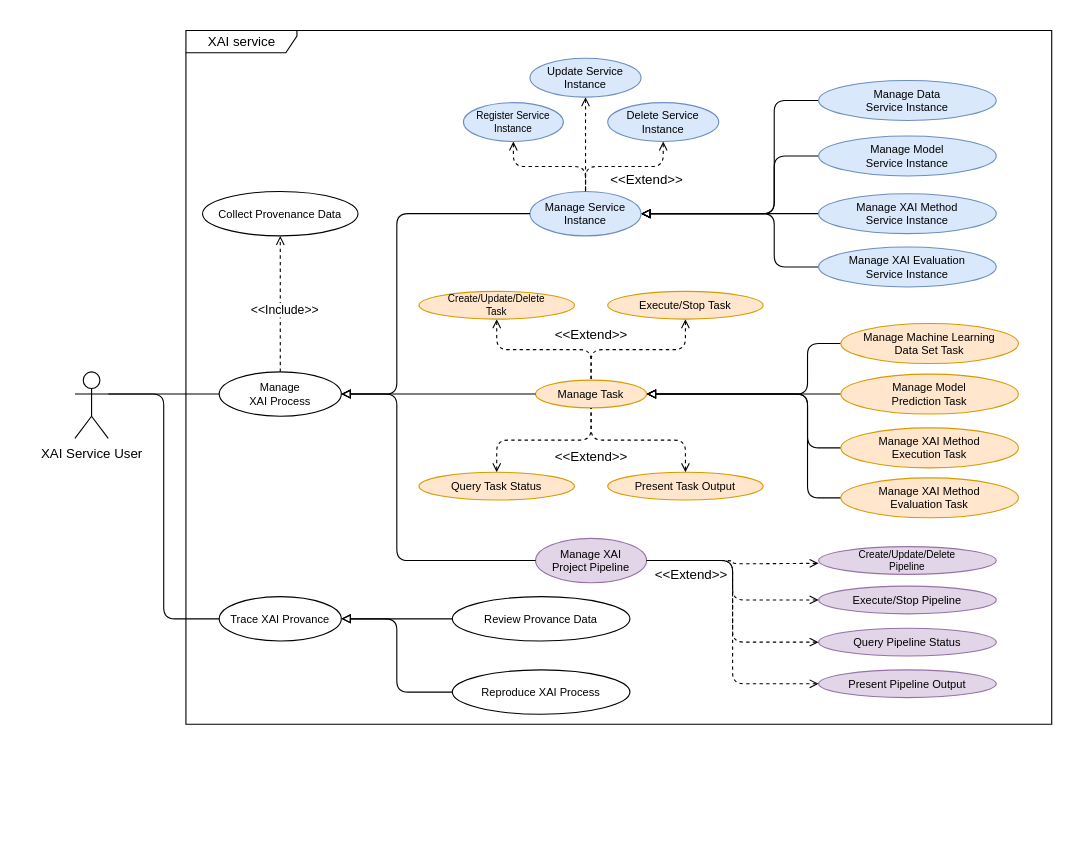
Earlier version of the draw.io diagram page "Use Case" (2 of 10) of docs/diagram.drawio (ZeruiW/XAI-Service). Source tidied: cells renumbered, new cells numbered last; positions are measured from the earlier drawing's top-left corner, leaving out a move shared by most shapes. Both pictures are drawn from the tidied source at 111%, with x=0, y=0 at pixel (74, 30).
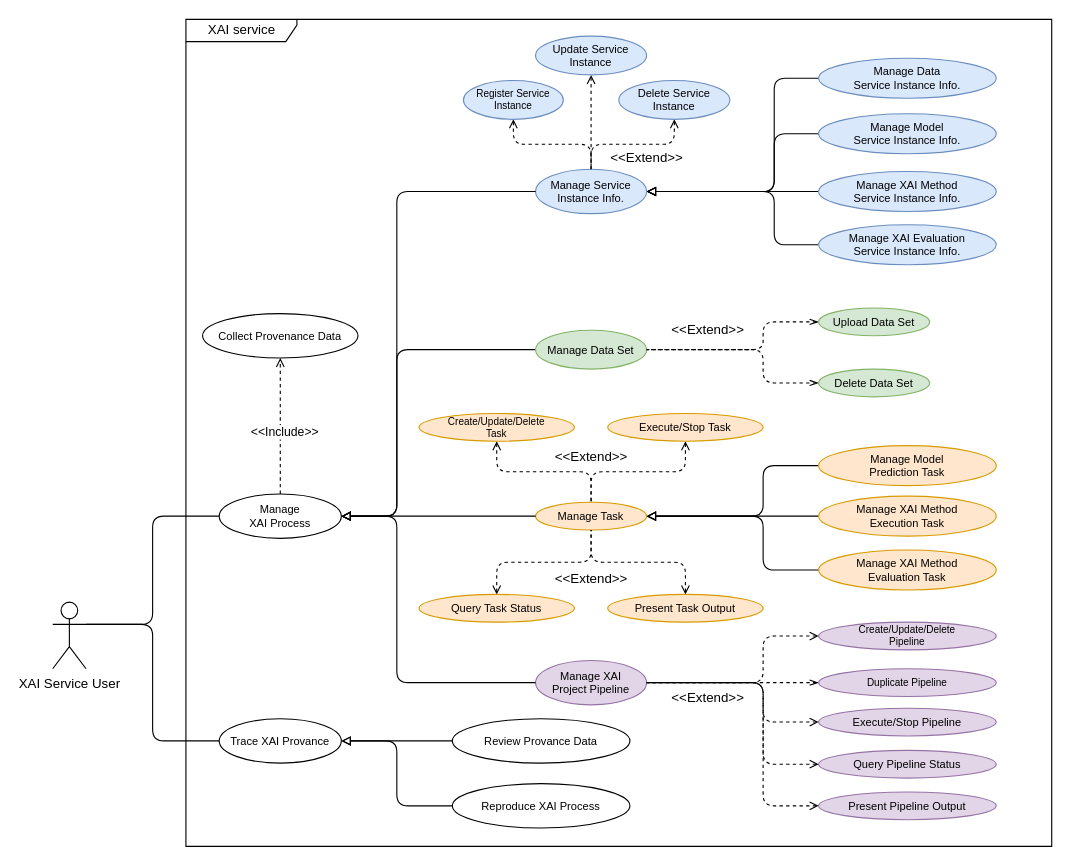
The same page after the edit.

Commit message (it also covers changes not shown here):
use case update

The edit, as a diff of the source:
```diff
@@
     <mxCell id="2" value="XAI service" style="shape=umlFrame;tabPosition=left;html=1;boundedLbl=1;labelInHeader=1;width=100;height=20;" parent="1" vertex="1">
-      <mxGeometry x="100" width="780" height="625" as="geometry" />
+      <mxGeometry x="100" y="-10" width="780" height="745" as="geometry" />
     </mxCell>
     <mxCell id="3" style="edgeStyle=orthogonalEdgeStyle;html=1;exitX=1;exitY=0.3333333333333333;exitDx=0;exitDy=0;exitPerimeter=0;entryX=0;entryY=0.5;entryDx=0;entryDy=0;endArrow=none;endFill=0;" parent="1" edge="1" source="5" target="41">
       <mxGeometry relative="1" as="geometry">
         <Array as="points">
-          <mxPoint x="80" y="327" />
-          <mxPoint x="80" y="530" />
+          <mxPoint x="70" y="535" />
+          <mxPoint x="70" y="640" />
         </Array>
       </mxGeometry>
     </mxCell>
@@
     <mxCell id="5" value="XAI Service User" style="shape=umlActor;verticalLabelPosition=bottom;verticalAlign=top;html=1;" parent="1" vertex="1">
-      <mxGeometry y="307.5" width="30" height="60" as="geometry" />
+      <mxGeometry x="-20" y="515" width="30" height="60" as="geometry" />
     </mxCell>
     <mxCell id="6" style="edgeStyle=orthogonalEdgeStyle;html=1;exitX=1;exitY=0.5;exitDx=0;exitDy=0;entryX=0;entryY=0.5;entryDx=0;entryDy=0;startArrow=block;startFill=0;endArrow=none;endFill=0;" parent="1" edge="1" source="10" target="26">
       <mxGeometry relative="1" as="geometry">
         <Array as="points">
-          <mxPoint x="630" y="165" />
-          <mxPoint x="630" y="63" />
+          <mxPoint x="630" y="145" />
+          <mxPoint x="630" y="43" />
         </Array>
       </mxGeometry>
     </mxCell>
     <mxCell id="7" style="edgeStyle=orthogonalEdgeStyle;html=1;exitX=1;exitY=0.5;exitDx=0;exitDy=0;entryX=0;entryY=0.5;entryDx=0;entryDy=0;startArrow=block;startFill=0;endArrow=none;endFill=0;" parent="1" edge="1" source="10" target="27">
       <mxGeometry relative="1" as="geometry">
         <Array as="points">
-          <mxPoint x="630" y="165" />
-          <mxPoint x="630" y="113" />
+          <mxPoint x="630" y="145" />
+          <mxPoint x="630" y="93" />
         </Array>
       </mxGeometry>
     </mxCell>
     <mxCell id="8" style="edgeStyle=orthogonalEdgeStyle;html=1;exitX=1;exitY=0.5;exitDx=0;exitDy=0;entryX=0;entryY=0.5;entryDx=0;entryDy=0;startArrow=block;startFill=0;endArrow=none;endFill=0;" parent="1" edge="1" source="10" target="28">
       <mxGeometry relative="1" as="geometry">
         <Array as="points">
-          <mxPoint x="650" y="165" />
-          <mxPoint x="650" y="165" />
+          <mxPoint x="650" y="145" />
+          <mxPoint x="650" y="145" />
         </Array>
       </mxGeometry>
     </mxCell>
     <mxCell id="9" style="edgeStyle=orthogonalEdgeStyle;html=1;exitX=1;exitY=0.5;exitDx=0;exitDy=0;entryX=0;entryY=0.5;entryDx=0;entryDy=0;startArrow=block;startFill=0;endArrow=none;endFill=0;" parent="1" edge="1" source="10" target="29">
       <mxGeometry relative="1" as="geometry">
         <Array as="points">
-          <mxPoint x="630" y="165" />
-          <mxPoint x="630" y="213" />
+          <mxPoint x="630" y="145" />
+          <mxPoint x="630" y="193" />
         </Array>
       </mxGeometry>
     </mxCell>
-    <mxCell id="10" value="Manage Service&#10;Instance" style="ellipse;spacing=0;fontSize=10;fillColor=#dae8fc;strokeColor=#6c8ebf;" parent="1" vertex="1">
-      <mxGeometry x="410" y="145" width="100" height="40" as="geometry" />
+    <mxCell id="10" value="Manage Service&#10;Instance Info." style="ellipse;spacing=0;fontSize=10;fillColor=#dae8fc;strokeColor=#6c8ebf;" parent="1" vertex="1">
+      <mxGeometry x="415" y="125" width="100" height="40" as="geometry" />
     </mxCell>
-    <mxCell id="11" style="edgeStyle=orthogonalEdgeStyle;html=1;exitX=1;exitY=0.5;exitDx=0;exitDy=0;entryX=0;entryY=0.5;entryDx=0;entryDy=0;startArrow=block;startFill=0;endArrow=none;endFill=0;" parent="1" edge="1" source="15" target="38">
-      <mxGeometry relative="1" as="geometry">
-        <Array as="points">
-          <mxPoint x="660" y="328" />
-          <mxPoint x="660" y="282" />
-        </Array>
-      </mxGeometry>
-    </mxCell>
     <mxCell id="12" style="edgeStyle=orthogonalEdgeStyle;html=1;exitX=1;exitY=0.5;exitDx=0;exitDy=0;entryX=0;entryY=0.5;entryDx=0;entryDy=0;startArrow=block;startFill=0;endArrow=none;endFill=0;" parent="1" edge="1" source="15" target="30">
-      <mxGeometry relative="1" as="geometry" />
+      <mxGeometry relative="1" as="geometry">
+        <Array as="points">
+          <mxPoint x="620" y="438" />
+          <mxPoint x="620" y="392" />
+        </Array>
+      </mxGeometry>
     </mxCell>
     <mxCell id="13" style="edgeStyle=orthogonalEdgeStyle;html=1;exitX=1;exitY=0.5;exitDx=0;exitDy=0;entryX=0;entryY=0.5;entryDx=0;entryDy=0;startArrow=block;startFill=0;endArrow=none;endFill=0;" parent="1" edge="1" source="15" target="31">
       <mxGeometry relative="1" as="geometry">
         <Array as="points">
-          <mxPoint x="660" y="328" />
-          <mxPoint x="660" y="376" />
+          <mxPoint x="660" y="437" />
+          <mxPoint x="690" y="438" />
         </Array>
       </mxGeometry>
     </mxCell>
     <mxCell id="14" style="edgeStyle=orthogonalEdgeStyle;html=1;exitX=1;exitY=0.5;exitDx=0;exitDy=0;entryX=0;entryY=0.5;entryDx=0;entryDy=0;startArrow=block;startFill=0;endArrow=none;endFill=0;" parent="1" edge="1" source="15" target="32">
       <mxGeometry relative="1" as="geometry">
         <Array as="points">
-          <mxPoint x="660" y="328" />
-          <mxPoint x="660" y="421" />
+          <mxPoint x="620" y="438" />
+          <mxPoint x="620" y="486" />
         </Array>
       </mxGeometry>
     </mxCell>
     <mxCell id="15" value="Manage Task" style="ellipse;spacing=0;fontSize=10;fillColor=#ffe6cc;strokeColor=#d79b00;" parent="1" vertex="1">
-      <mxGeometry x="415" y="315" width="100" height="25" as="geometry" />
+      <mxGeometry x="415" y="425" width="100" height="25" as="geometry" />
     </mxCell>
@@
     <mxCell id="17" value="Register Service&#10;Instance" style="ellipse;spacing=0;fontSize=9;fillColor=#dae8fc;strokeColor=#6c8ebf;" parent="1" vertex="1">
-      <mxGeometry x="350" y="65" width="90" height="35" as="geometry" />
+      <mxGeometry x="350" y="45" width="90" height="35" as="geometry" />
     </mxCell>
@@
     <mxCell id="19" value="Update Service&#10;Instance" style="ellipse;spacing=0;fontSize=10;fillColor=#dae8fc;strokeColor=#6c8ebf;" parent="1" vertex="1">
-      <mxGeometry x="410" y="25" width="100" height="35" as="geometry" />
+      <mxGeometry x="415" y="5" width="100" height="35" as="geometry" />
     </mxCell>
@@
     <mxCell id="21" value="Delete Service&#10;Instance" style="ellipse;spacing=0;fontSize=10;fillColor=#dae8fc;strokeColor=#6c8ebf;" parent="1" vertex="1">
-      <mxGeometry x="480" y="65" width="100" height="35" as="geometry" />
+      <mxGeometry x="490" y="45" width="100" height="35" as="geometry" />
     </mxCell>
@@
     <mxCell id="23" value="Query Task Status" style="ellipse;spacing=0;fontSize=10;fillColor=#ffe6cc;strokeColor=#d79b00;" parent="1" vertex="1">
-      <mxGeometry x="310" y="398" width="140" height="25" as="geometry" />
+      <mxGeometry x="310" y="508" width="140" height="25" as="geometry" />
     </mxCell>
@@
     <mxCell id="25" value="Present Task Output" style="ellipse;spacing=0;fontSize=10;fillColor=#ffe6cc;strokeColor=#d79b00;" parent="1" vertex="1">
-      <mxGeometry x="480" y="398" width="140" height="25" as="geometry" />
+      <mxGeometry x="480" y="508" width="140" height="25" as="geometry" />
     </mxCell>
-    <mxCell id="26" value="Manage Data &#10;Service Instance" style="ellipse;spacing=0;fontSize=10;fillColor=#dae8fc;strokeColor=#6c8ebf;" parent="1" vertex="1">
-      <mxGeometry x="670" y="45" width="160" height="36" as="geometry" />
+    <mxCell id="26" value="Manage Data &#10;Service Instance Info." style="ellipse;spacing=0;fontSize=10;fillColor=#dae8fc;strokeColor=#6c8ebf;" parent="1" vertex="1">
+      <mxGeometry x="670" y="25" width="160" height="36" as="geometry" />
     </mxCell>
-    <mxCell id="27" value="Manage Model &#10;Service Instance" style="ellipse;spacing=0;fontSize=10;fillColor=#dae8fc;strokeColor=#6c8ebf;" parent="1" vertex="1">
-      <mxGeometry x="670" y="95" width="160" height="36" as="geometry" />
+    <mxCell id="27" value="Manage Model &#10;Service Instance Info." style="ellipse;spacing=0;fontSize=10;fillColor=#dae8fc;strokeColor=#6c8ebf;" parent="1" vertex="1">
+      <mxGeometry x="670" y="75" width="160" height="36" as="geometry" />
     </mxCell>
-    <mxCell id="28" value="Manage XAI Method &#10;Service Instance" style="ellipse;spacing=0;fontSize=10;fillColor=#dae8fc;strokeColor=#6c8ebf;" parent="1" vertex="1">
-      <mxGeometry x="670" y="147" width="160" height="36" as="geometry" />
+    <mxCell id="28" value="Manage XAI Method &#10;Service Instance Info." style="ellipse;spacing=0;fontSize=10;fillColor=#dae8fc;strokeColor=#6c8ebf;" parent="1" vertex="1">
+      <mxGeometry x="670" y="127" width="160" height="36" as="geometry" />
     </mxCell>
-    <mxCell id="29" value="Manage XAI Evaluation&#10;Service Instance" style="ellipse;spacing=0;fontSize=10;fillColor=#dae8fc;strokeColor=#6c8ebf;" parent="1" vertex="1">
-      <mxGeometry x="670" y="195" width="160" height="36" as="geometry" />
+    <mxCell id="29" value="Manage XAI Evaluation&#10;Service Instance Info." style="ellipse;spacing=0;fontSize=10;fillColor=#dae8fc;strokeColor=#6c8ebf;" parent="1" vertex="1">
+      <mxGeometry x="670" y="175" width="160" height="36" as="geometry" />
     </mxCell>
     <mxCell id="30" value="Manage Model &#10;Prediction Task" style="ellipse;spacing=0;fontSize=10;fillColor=#ffe6cc;strokeColor=#d79b00;" parent="1" vertex="1">
-      <mxGeometry x="690" y="309.5" width="160" height="36" as="geometry" />
+      <mxGeometry x="670" y="374" width="160" height="36" as="geometry" />
     </mxCell>
     <mxCell id="31" value="Manage XAI Method&#10;Execution Task" style="ellipse;spacing=0;fontSize=10;fillColor=#ffe6cc;strokeColor=#d79b00;" parent="1" vertex="1">
-      <mxGeometry x="690" y="358" width="160" height="36" as="geometry" />
+      <mxGeometry x="670" y="419.5" width="160" height="36" as="geometry" />
     </mxCell>
     <mxCell id="32" value="Manage XAI Method&#10;Evaluation Task" style="ellipse;spacing=0;fontSize=10;fillColor=#ffe6cc;strokeColor=#d79b00;" parent="1" vertex="1">
-      <mxGeometry x="690" y="403" width="160" height="36" as="geometry" />
+      <mxGeometry x="670" y="468" width="160" height="36" as="geometry" />
     </mxCell>
+    <mxCell id="63" style="edgeStyle=orthogonalEdgeStyle;html=1;exitX=1;exitY=0.5;exitDx=0;exitDy=0;entryX=0;entryY=0.5;entryDx=0;entryDy=0;startArrow=none;startFill=0;endArrow=openThin;endFill=0;dashed=1;" parent="1" edge="1" source="33" target="71">
+      <mxGeometry relative="1" as="geometry" />
+    </mxCell>
     <mxCell id="33" value="Manage XAI &#10;Project Pipeline" style="ellipse;spacing=0;fontSize=10;fillColor=#e1d5e7;strokeColor=#9673a6;" parent="1" vertex="1">
-      <mxGeometry x="415" y="457.5" width="100" height="40" as="geometry" />
+      <mxGeometry x="415" y="567.5" width="100" height="40" as="geometry" />
     </mxCell>
     <mxCell id="34" value="Create/Update/Delete&#10;Pipeline" style="ellipse;spacing=0;fontSize=9;fillColor=#e1d5e7;strokeColor=#9673a6;" parent="1" vertex="1">
-      <mxGeometry x="670" y="465" width="160" height="25" as="geometry" />
+      <mxGeometry x="670" y="533" width="160" height="25" as="geometry" />
     </mxCell>
     <mxCell id="35" value="Execute/Stop Pipeline" style="ellipse;spacing=0;fontSize=10;fillColor=#e1d5e7;strokeColor=#9673a6;" parent="1" vertex="1">
-      <mxGeometry x="670" y="500.5" width="160" height="25" as="geometry" />
+      <mxGeometry x="670" y="610.5" width="160" height="25" as="geometry" />
     </mxCell>
     <mxCell id="36" value="Query Pipeline Status" style="ellipse;spacing=0;fontSize=10;fillColor=#e1d5e7;strokeColor=#9673a6;" parent="1" vertex="1">
-      <mxGeometry x="670" y="538.5" width="160" height="25" as="geometry" />
+      <mxGeometry x="670" y="648.5" width="160" height="25" as="geometry" />
     </mxCell>
     <mxCell id="37" value="Present Pipeline Output" style="ellipse;spacing=0;fontSize=10;fillColor=#e1d5e7;strokeColor=#9673a6;" parent="1" vertex="1">
-      <mxGeometry x="670" y="576" width="160" height="25" as="geometry" />
+      <mxGeometry x="670" y="686" width="160" height="25" as="geometry" />
     </mxCell>
-    <mxCell id="38" value="Manage Machine Learning&#10;Data Set Task" style="ellipse;spacing=0;fontSize=10;fillColor=#ffe6cc;strokeColor=#d79b00;" parent="1" vertex="1">
-      <mxGeometry x="690" y="264" width="160" height="36" as="geometry" />
-    </mxCell>
@@
     <mxCell id="40" style="edgeStyle=orthogonalEdgeStyle;html=1;exitX=1;exitY=0.5;exitDx=0;exitDy=0;entryX=0;entryY=0.5;entryDx=0;entryDy=0;endArrow=none;endFill=0;startArrow=block;startFill=0;" parent="1" edge="1" source="41" target="50">
       <mxGeometry relative="1" as="geometry">
         <Array as="points">
-          <mxPoint x="290" y="530" />
-          <mxPoint x="290" y="596" />
+          <mxPoint x="290" y="640" />
+          <mxPoint x="290" y="699" />
+          <mxPoint x="340" y="699" />
         </Array>
       </mxGeometry>
     </mxCell>
     <mxCell id="41" value="Trace XAI Provance" style="ellipse;spacing=0;fontSize=10;" parent="1" vertex="1">
-      <mxGeometry x="130" y="510" width="110" height="40" as="geometry" />
+      <mxGeometry x="130" y="620" width="110" height="40" as="geometry" />
     </mxCell>
     <mxCell id="42" style="edgeStyle=orthogonalEdgeStyle;html=1;exitX=1;exitY=0.5;exitDx=0;exitDy=0;entryX=0;entryY=0.5;entryDx=0;entryDy=0;startArrow=block;startFill=0;endArrow=none;endFill=0;" parent="1" edge="1" source="47" target="10">
       <mxGeometry relative="1" as="geometry">
         <Array as="points">
-          <mxPoint x="290" y="328" />
-          <mxPoint x="290" y="165" />
+          <mxPoint x="290" y="438" />
+          <mxPoint x="290" y="145" />
         </Array>
       </mxGeometry>
     </mxCell>
@@
     <mxCell id="44" style="edgeStyle=orthogonalEdgeStyle;html=1;exitX=1;exitY=0.5;exitDx=0;exitDy=0;entryX=0;entryY=0.5;entryDx=0;entryDy=0;startArrow=block;startFill=0;endArrow=none;endFill=0;" parent="1" edge="1" source="47" target="33">
       <mxGeometry relative="1" as="geometry">
         <Array as="points">
-          <mxPoint x="290" y="328" />
-          <mxPoint x="290" y="478" />
+          <mxPoint x="290" y="438" />
+          <mxPoint x="290" y="588" />
         </Array>
       </mxGeometry>
     </mxCell>
@@
     <mxCell id="47" value="Manage &#10;XAI Process" style="ellipse;spacing=0;fontSize=10;" parent="1" vertex="1">
-      <mxGeometry x="130" y="307.5" width="110" height="40" as="geometry" />
+      <mxGeometry x="130" y="417.5" width="110" height="40" as="geometry" />
     </mxCell>
     <mxCell id="48" value="Collect Provenance Data" style="ellipse;spacing=0;fontSize=10;" parent="1" vertex="1">
-      <mxGeometry x="115" y="145" width="140" height="40" as="geometry" />
+      <mxGeometry x="115" y="255" width="140" height="40" as="geometry" />
     </mxCell>
     <mxCell id="49" value="Review Provance Data" style="ellipse;spacing=0;fontSize=10;" parent="1" vertex="1">
-      <mxGeometry x="340" y="510" width="160" height="40" as="geometry" />
+      <mxGeometry x="340" y="620" width="160" height="40" as="geometry" />
     </mxCell>
     <mxCell id="50" value="Reproduce XAI Process" style="ellipse;spacing=0;fontSize=10;" parent="1" vertex="1">
-      <mxGeometry x="340" y="576" width="160" height="40" as="geometry" />
+      <mxGeometry x="340" y="678.5" width="160" height="40" as="geometry" />
     </mxCell>
     <mxCell id="51" value="&amp;lt;&amp;lt;Extend&amp;gt;&amp;gt;" style="text;html=1;align=center;verticalAlign=middle;strokeColor=none;fillColor=none;" parent="1" vertex="1">
-      <mxGeometry x="475" y="125" width="80" height="20" as="geometry" />
+      <mxGeometry x="475" y="105" width="80" height="20" as="geometry" />
     </mxCell>
@@
     <mxCell id="53" value="Execute/Stop Task" style="ellipse;spacing=0;fontSize=10;fillColor=#ffe6cc;strokeColor=#d79b00;" parent="1" vertex="1">
-      <mxGeometry x="480" y="235" width="140" height="25" as="geometry" />
+      <mxGeometry x="480" y="345" width="140" height="25" as="geometry" />
     </mxCell>
@@
     <mxCell id="55" value="Create/Update/Delete &#10;Task" style="ellipse;spacing=0;fontSize=9;fillColor=#ffe6cc;strokeColor=#d79b00;" parent="1" vertex="1">
-      <mxGeometry x="310" y="235" width="140" height="25" as="geometry" />
+      <mxGeometry x="310" y="345" width="140" height="25" as="geometry" />
     </mxCell>
     <mxCell id="56" value="&amp;lt;&amp;lt;Extend&amp;gt;&amp;gt;" style="text;html=1;align=center;verticalAlign=middle;strokeColor=none;fillColor=none;" parent="1" vertex="1">
-      <mxGeometry x="425" y="374" width="80" height="20" as="geometry" />
+      <mxGeometry x="425" y="484" width="80" height="20" as="geometry" />
     </mxCell>
     <mxCell id="57" value="&amp;lt;&amp;lt;Extend&amp;gt;&amp;gt;" style="text;html=1;align=center;verticalAlign=middle;strokeColor=none;fillColor=none;" parent="1" vertex="1">
-      <mxGeometry x="425" y="264" width="80" height="20" as="geometry" />
+      <mxGeometry x="425" y="374" width="80" height="20" as="geometry" />
     </mxCell>
-    <mxCell id="58" style="edgeStyle=orthogonalEdgeStyle;html=1;exitX=0.5;exitY=1;exitDx=0;exitDy=0;entryX=1;entryY=0.5;entryDx=0;entryDy=0;dashed=1;startArrow=open;startFill=0;endArrow=none;endFill=0;" parent="1" edge="1" target="33">
+    <mxCell id="58" style="edgeStyle=orthogonalEdgeStyle;html=1;exitX=0;exitY=0.5;exitDx=0;exitDy=0;entryX=1;entryY=0.5;entryDx=0;entryDy=0;dashed=1;startArrow=open;startFill=0;endArrow=none;endFill=0;" parent="1" edge="1" source="34" target="33">
       <mxGeometry relative="1" as="geometry">
-        <mxPoint x="670" y="480" as="sourcePoint" />
+        <Array as="points">
+          <mxPoint x="620" y="546" />
+          <mxPoint x="620" y="587" />
+        </Array>
       </mxGeometry>
     </mxCell>
     <mxCell id="59" style="edgeStyle=orthogonalEdgeStyle;html=1;exitX=0;exitY=0.5;exitDx=0;exitDy=0;entryX=1;entryY=0.5;entryDx=0;entryDy=0;dashed=1;startArrow=open;startFill=0;endArrow=none;endFill=0;" parent="1" edge="1" source="35" target="33">
-      <mxGeometry relative="1" as="geometry" />
+      <mxGeometry relative="1" as="geometry">
+        <Array as="points">
+          <mxPoint x="620" y="623" />
+          <mxPoint x="620" y="588" />
+        </Array>
+      </mxGeometry>
     </mxCell>
     <mxCell id="60" style="edgeStyle=orthogonalEdgeStyle;html=1;exitX=0;exitY=0.5;exitDx=0;exitDy=0;entryX=1;entryY=0.5;entryDx=0;entryDy=0;dashed=1;startArrow=open;startFill=0;endArrow=none;endFill=0;" parent="1" edge="1" source="36" target="33">
-      <mxGeometry relative="1" as="geometry" />
+      <mxGeometry relative="1" as="geometry">
+        <Array as="points">
+          <mxPoint x="620" y="661" />
+          <mxPoint x="620" y="588" />
+        </Array>
+      </mxGeometry>
     </mxCell>
     <mxCell id="61" style="edgeStyle=orthogonalEdgeStyle;html=1;exitX=0;exitY=0.5;exitDx=0;exitDy=0;entryX=1;entryY=0.5;entryDx=0;entryDy=0;dashed=1;startArrow=open;startFill=0;endArrow=none;endFill=0;" parent="1" edge="1" source="37" target="33">
-      <mxGeometry relative="1" as="geometry" />
+      <mxGeometry relative="1" as="geometry">
+        <Array as="points">
+          <mxPoint x="620" y="698" />
+          <mxPoint x="620" y="588" />
+        </Array>
+      </mxGeometry>
     </mxCell>
     <mxCell id="62" value="&amp;lt;&amp;lt;Extend&amp;gt;&amp;gt;" style="text;html=1;align=center;verticalAlign=middle;strokeColor=none;fillColor=none;" parent="1" vertex="1">
-      <mxGeometry x="515" y="480.5" width="80" height="20" as="geometry" />
+      <mxGeometry x="530" y="590.5" width="80" height="20" as="geometry" />
     </mxCell>
+    <mxCell id="64" style="edgeStyle=orthogonalEdgeStyle;html=1;exitX=0;exitY=0.5;exitDx=0;exitDy=0;entryX=1;entryY=0.5;entryDx=0;entryDy=0;startArrow=none;startFill=0;endArrow=block;endFill=0;" parent="1" edge="1" source="65" target="47">
+      <mxGeometry relative="1" as="geometry">
+        <Array as="points">
+          <mxPoint x="290" y="288" />
+          <mxPoint x="290" y="438" />
+        </Array>
+      </mxGeometry>
+    </mxCell>
+    <mxCell id="65" value="Manage Data Set" style="ellipse;spacing=0;fontSize=10;fillColor=#d5e8d4;strokeColor=#82b366;" parent="1" vertex="1">
+      <mxGeometry x="415" y="270" width="100" height="35" as="geometry" />
+    </mxCell>
+    <mxCell id="66" style="edgeStyle=orthogonalEdgeStyle;html=1;exitX=0;exitY=0.5;exitDx=0;exitDy=0;entryX=1;entryY=0.5;entryDx=0;entryDy=0;dashed=1;startArrow=openThin;startFill=0;endArrow=none;endFill=0;" parent="1" edge="1" source="67" target="65">
+      <mxGeometry relative="1" as="geometry">
+        <Array as="points">
+          <mxPoint x="620" y="263" />
+          <mxPoint x="620" y="287" />
+        </Array>
+      </mxGeometry>
+    </mxCell>
+    <mxCell id="67" value="Upload Data Set" style="ellipse;spacing=0;fontSize=10;fillColor=#d5e8d4;strokeColor=#82b366;" parent="1" vertex="1">
+      <mxGeometry x="670" y="250" width="100" height="25" as="geometry" />
+    </mxCell>
+    <mxCell id="68" style="edgeStyle=orthogonalEdgeStyle;html=1;exitX=0;exitY=0.5;exitDx=0;exitDy=0;dashed=1;startArrow=openThin;startFill=0;endArrow=none;endFill=0;entryX=1;entryY=0.5;entryDx=0;entryDy=0;" parent="1" edge="1" source="69" target="65">
+      <mxGeometry relative="1" as="geometry">
+        <Array as="points">
+          <mxPoint x="620" y="317" />
+          <mxPoint x="620" y="287" />
+        </Array>
+      </mxGeometry>
+    </mxCell>
+    <mxCell id="69" value="Delete Data Set" style="ellipse;spacing=0;fontSize=10;fillColor=#d5e8d4;strokeColor=#82b366;" parent="1" vertex="1">
+      <mxGeometry x="670" y="305" width="100" height="25" as="geometry" />
+    </mxCell>
+    <mxCell id="70" value="&amp;lt;&amp;lt;Extend&amp;gt;&amp;gt;" style="text;html=1;align=center;verticalAlign=middle;strokeColor=none;fillColor=none;" parent="1" vertex="1">
+      <mxGeometry x="530" y="260" width="80" height="20" as="geometry" />
+    </mxCell>
+    <mxCell id="71" value="Duplicate Pipeline" style="ellipse;spacing=0;fontSize=9;fillColor=#e1d5e7;strokeColor=#9673a6;" parent="1" vertex="1">
+      <mxGeometry x="670" y="575" width="160" height="25" as="geometry" />
+    </mxCell>
```
